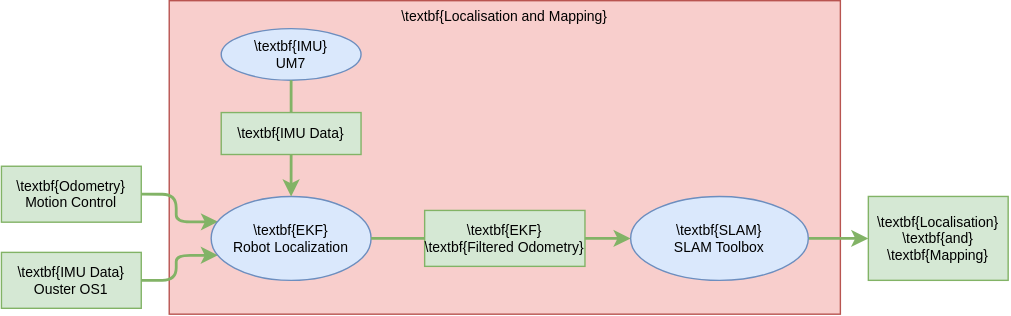
The draw.io diagram Figures/figLocMapping.drawio.svg in orjano-max/ORJANOS_MASTER_REPO, before a commit. Source tidied: cells renumbered, new cells last; positions are measured from the earlier drawing's top-left corner, leaving out a move shared by most shapes.
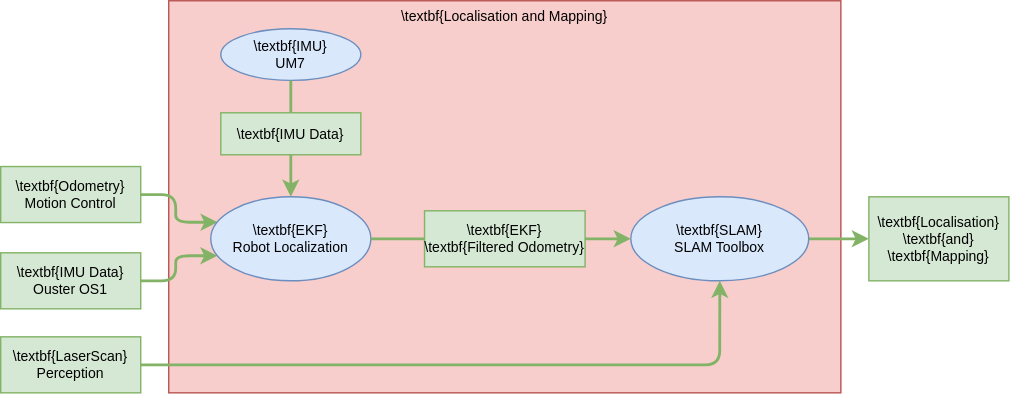
The same diagram one commit later.

The edit, as a diff of the source:
```diff
@@ -3,7 +3,7 @@
     <mxCell id="0" />
     <mxCell id="1" parent="0" />
     <mxCell id="2" style="rounded=0;fillColor=#f8cecc;strokeColor=#b85450;fontSize=10;" parent="1" vertex="1">
-      <mxGeometry x="120" width="480" height="224.2" as="geometry" />
+      <mxGeometry x="120" width="480" height="280" as="geometry" />
     </mxCell>
     <mxCell id="3" value="\textbf{IMU Data}&#10;Ouster OS1" style="rounded=0;fillColor=#d5e8d4;strokeColor=#82b366;fontSize=10;" parent="1" vertex="1">
       <mxGeometry y="180" width="100" height="40" as="geometry" />
@@ -73,5 +73,11 @@
         </Array>
       </mxGeometry>
     </mxCell>
+    <mxCell id="19" value="\textbf{LaserScan}&#10;Perception" style="rounded=0;fillColor=#d5e8d4;strokeColor=#82b366;fontSize=10;" parent="1" vertex="1">
+      <mxGeometry y="240" width="100" height="40" as="geometry" />
+    </mxCell>
+    <mxCell id="20" style="edgeStyle=orthogonalEdgeStyle;jettySize=auto;fillColor=#d5e8d4;strokeColor=#82b366;strokeWidth=2;rounded=1;exitX=1;exitY=0.5;exitDx=0;exitDy=0;entryX=0.5;entryY=1;entryDx=0;entryDy=0;fontSize=10;" parent="1" edge="1" source="19" target="13">
+      <mxGeometry relative="1" as="geometry" />
+    </mxCell>
   </root>
 </mxGraphModel>
```
